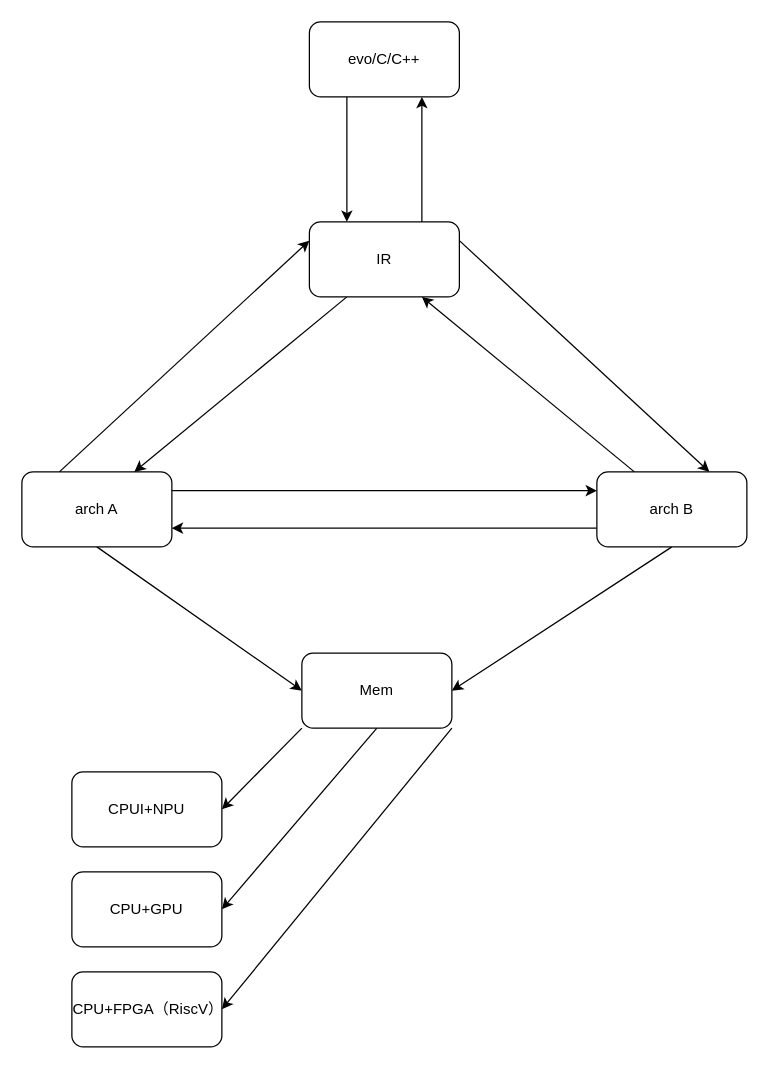
The draw.io diagram doc/ir.drawio in lancerstadium/evo, before the edit. Source tidied: cells renumbered, new cells numbered last; positions are measured from the earlier drawing's top-left corner, leaving out a move shared by most shapes. Both pictures are drawn from the tidied source at 125%, with x=0, y=0 at pixel (21, 21).
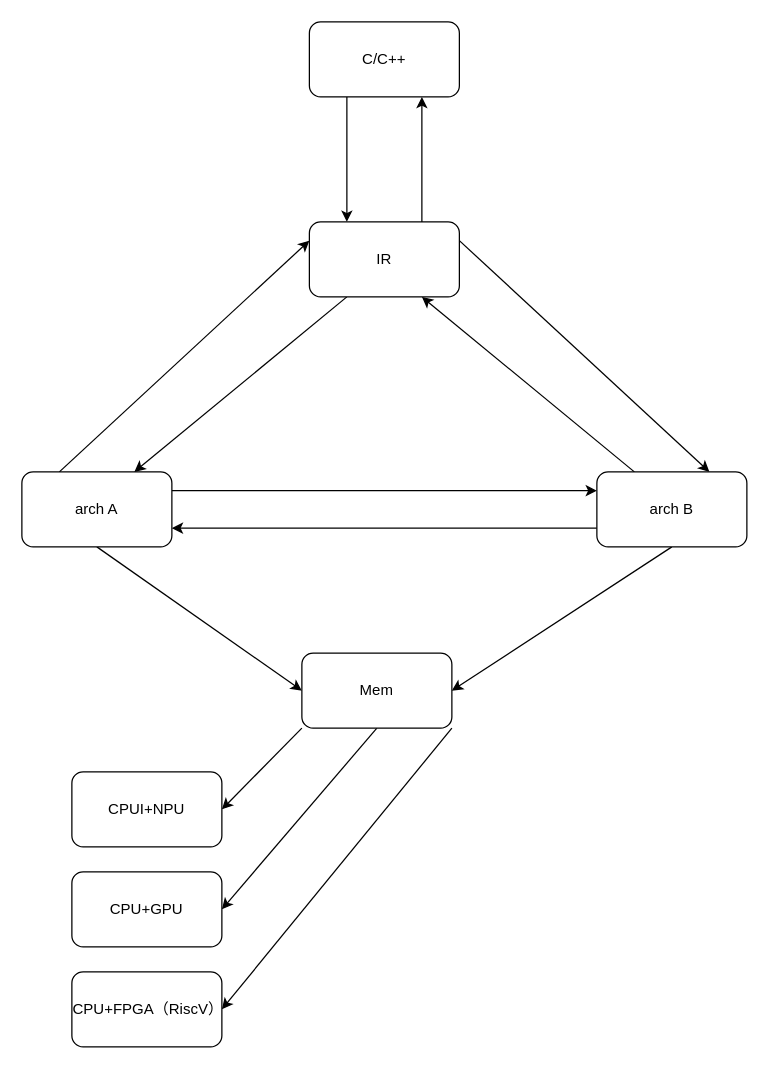
The same diagram, later.

The edit, as a diff of the source:
```diff
@@
-    <mxCell id="15" value="evo/C/C++" style="rounded=1;whiteSpace=wrap;html=1;" parent="1" vertex="1">
+    <mxCell id="15" value="C/C++" style="rounded=1;whiteSpace=wrap;html=1;" parent="1" vertex="1">
       <mxGeometry x="230" width="120" height="60" as="geometry" />
     </mxCell>
```
